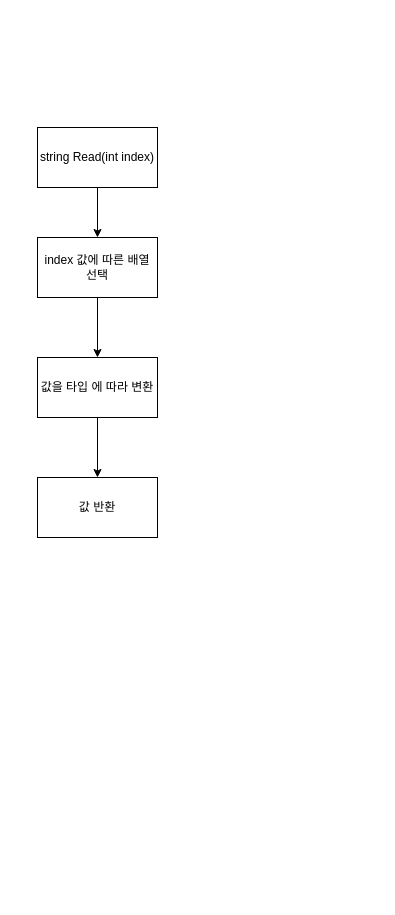
The draw.io diagram page "read" (2 of 4) of 제목 없는 다이어그램.drawio in creepereye/Git-Tutorial, before the edit. Source tidied: cells renumbered, new cells numbered last; positions are measured from the earlier drawing's top-left corner, leaving out a move shared by most shapes. Both pictures are drawn from the tidied source at 100%, with x=0, y=0 at pixel (37, 127).
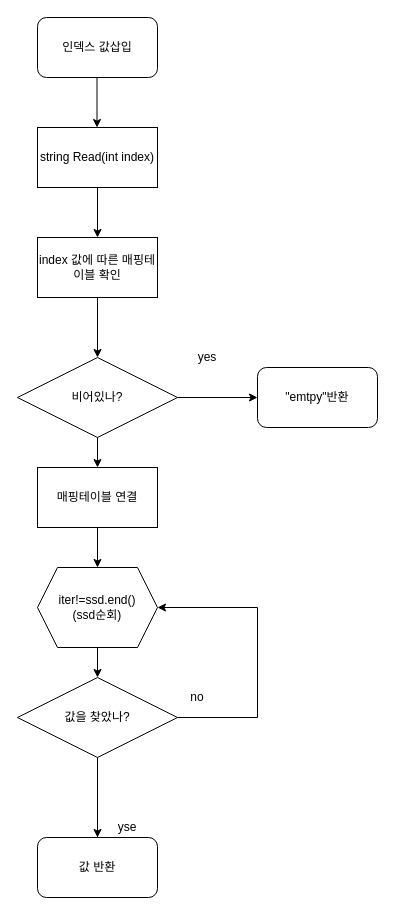
Above is the later version.

What changed in the source:
```diff
@@
-    <mxCell id="4" value="index 값에 따른 배열 선택" style="rounded=0;whiteSpace=wrap;html=1;" parent="1" vertex="1">
+    <mxCell id="4" value="index 값에 따른 매핑테이블 확인" style="rounded=0;whiteSpace=wrap;html=1;" parent="1" vertex="1">
       <mxGeometry y="110" width="120" height="60" as="geometry" />
     </mxCell>
-    <mxCell id="5" style="endArrow=classic;html=1;entryX=0.5;entryY=0;entryDx=0;entryDy=0;" parent="1" edge="1" target="6">
+    <mxCell id="5" style="endArrow=classic;html=1;entryX=0.5;entryY=0;entryDx=0;entryDy=0;" parent="1" edge="1">
       <mxGeometry relative="1" as="geometry">
         <mxPoint x="60" y="170" as="sourcePoint" />
+        <mxPoint x="60" y="230" as="targetPoint" />
       </mxGeometry>
     </mxCell>
-    <mxCell id="6" value="값을 타입 에 따라 변환" style="rounded=0;whiteSpace=wrap;html=1;" parent="1" vertex="1">
-      <mxGeometry y="230" width="120" height="60" as="geometry" />
-    </mxCell>
-    <mxCell id="7" style="endArrow=classic;html=1;entryX=0.5;entryY=0;entryDx=0;entryDy=0;" parent="1" edge="1" target="8">
+    <mxCell id="7" style="endArrow=classic;html=1;entryX=0.5;entryY=0;entryDx=0;entryDy=0;" parent="1" edge="1">
       <mxGeometry relative="1" as="geometry">
-        <mxPoint x="60" y="290" as="sourcePoint" />
+        <mxPoint x="60" y="680" as="sourcePoint" />
+        <mxPoint x="60" y="740" as="targetPoint" />
       </mxGeometry>
     </mxCell>
+    <mxCell id="9" value="인덱스 값삽입" style="rounded=1;whiteSpace=wrap;html=1;" parent="1" vertex="1">
+      <mxGeometry y="-110" width="120" height="60" as="geometry" />
+    </mxCell>
+    <mxCell id="10" style="endArrow=classic;html=1;exitX=0.5;exitY=1;exitDx=0;exitDy=0;" parent="1" edge="1">
+      <mxGeometry relative="1" as="geometry">
+        <mxPoint x="59.5" y="-50" as="sourcePoint" />
+        <mxPoint x="59.5" as="targetPoint" />
+      </mxGeometry>
+    </mxCell>
+    <mxCell id="11" style="edgeStyle=orthogonalEdgeStyle;rounded=0;jettySize=auto;html=1;exitX=0.5;exitY=1;exitDx=0;exitDy=0;" parent="1" edge="1" source="22" target="8">
+      <mxGeometry relative="1" as="geometry" />
+    </mxCell>
+    <mxCell id="12" value="비어있나?" style="rhombus;whiteSpace=wrap;html=1;" parent="1" vertex="1">
+      <mxGeometry x="-20" y="230" width="160" height="80" as="geometry" />
+    </mxCell>
+    <mxCell id="13" value="yse" style="text;html=1;strokeColor=none;fillColor=none;align=center;verticalAlign=middle;whiteSpace=wrap;rounded=0;" parent="1" vertex="1">
+      <mxGeometry x="70" y="690" width="40" height="20" as="geometry" />
+    </mxCell>
+    <mxCell id="14" style="endArrow=classic;html=1;exitX=1;exitY=0.5;exitDx=0;exitDy=0;" parent="1" edge="1" source="12">
+      <mxGeometry relative="1" as="geometry">
+        <mxPoint x="220" y="270" as="targetPoint" />
+      </mxGeometry>
+    </mxCell>
+    <mxCell id="15" value="&quot;emtpy&quot;반환" style="rounded=1;whiteSpace=wrap;html=1;" parent="1" vertex="1">
+      <mxGeometry x="220" y="240" width="120" height="60" as="geometry" />
+    </mxCell>
-    <mxCell id="8" value="값 반환" style="rounded=0;whiteSpace=wrap;html=1;" parent="1" vertex="1">
-      <mxGeometry y="350" width="120" height="60" as="geometry" />
+    <mxCell id="8" value="값 반환" style="rounded=1;whiteSpace=wrap;html=1;" parent="1" vertex="1">
+      <mxGeometry y="710" width="120" height="60" as="geometry" />
     </mxCell>
+    <mxCell id="16" value="yes" style="text;html=1;strokeColor=none;fillColor=none;align=center;verticalAlign=middle;whiteSpace=wrap;rounded=0;" parent="1" vertex="1">
+      <mxGeometry x="150" y="220" width="40" height="20" as="geometry" />
+    </mxCell>
+    <mxCell id="17" value="매핑테이블 연결" style="rounded=0;whiteSpace=wrap;html=1;" parent="1" vertex="1">
+      <mxGeometry y="340" width="120" height="60" as="geometry" />
+    </mxCell>
+    <mxCell id="18" style="endArrow=classic;html=1;exitX=0.5;exitY=1;exitDx=0;exitDy=0;entryX=0.5;entryY=0;entryDx=0;entryDy=0;" parent="1" edge="1" source="12" target="17">
+      <mxGeometry relative="1" as="geometry" />
+    </mxCell>
+    <mxCell id="19" value="iter!=ssd.end()&lt;br&gt;(ssd순회)" style="shape=hexagon;perimeter=hexagonPerimeter2;whiteSpace=wrap;html=1;fixedSize=1;" parent="1" vertex="1">
+      <mxGeometry y="440" width="120" height="80" as="geometry" />
+    </mxCell>
+    <mxCell id="20" style="endArrow=classic;html=1;exitX=0.5;exitY=1;exitDx=0;exitDy=0;entryX=0.5;entryY=0;entryDx=0;entryDy=0;" parent="1" edge="1" source="17" target="19">
+      <mxGeometry relative="1" as="geometry" />
+    </mxCell>
+    <mxCell id="21" style="endArrow=classic;html=1;" parent="1" edge="1">
+      <mxGeometry relative="1" as="geometry">
+        <mxPoint x="60" y="520" as="sourcePoint" />
+        <mxPoint x="60" y="550" as="targetPoint" />
+      </mxGeometry>
+    </mxCell>
+    <mxCell id="22" value="값을 찾았나?" style="rhombus;whiteSpace=wrap;html=1;" parent="1" vertex="1">
+      <mxGeometry x="-20" y="550" width="160" height="80" as="geometry" />
+    </mxCell>
+    <mxCell id="23" style="endArrow=none;html=1;exitX=1;exitY=0.5;exitDx=0;exitDy=0;" parent="1" edge="1" source="22">
+      <mxGeometry relative="1" as="geometry">
+        <mxPoint x="220" y="590" as="targetPoint" />
+      </mxGeometry>
+    </mxCell>
+    <mxCell id="24" style="endArrow=none;html=1;" parent="1" edge="1">
+      <mxGeometry relative="1" as="geometry">
+        <mxPoint x="220" y="590" as="sourcePoint" />
+        <mxPoint x="220" y="480" as="targetPoint" />
+      </mxGeometry>
+    </mxCell>
+    <mxCell id="25" style="endArrow=classic;html=1;entryX=1;entryY=0.5;entryDx=0;entryDy=0;" parent="1" edge="1" target="19">
+      <mxGeometry relative="1" as="geometry">
+        <mxPoint x="220" y="480" as="sourcePoint" />
+      </mxGeometry>
+    </mxCell>
+    <mxCell id="26" value="no" style="text;html=1;strokeColor=none;fillColor=none;align=center;verticalAlign=middle;whiteSpace=wrap;rounded=0;" parent="1" vertex="1">
+      <mxGeometry x="140" y="560" width="40" height="20" as="geometry" />
+    </mxCell>
```
